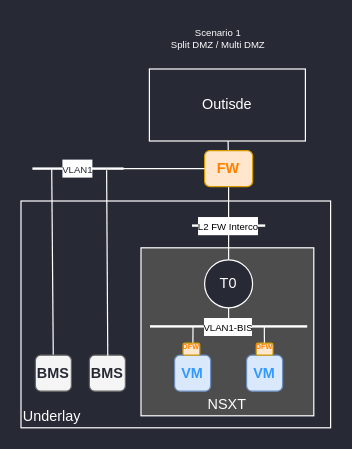
The draw.io diagram page "Scenario1" (5 of 8) of post/nsxt-service-interface-design1/nsxt-service-interface-design-v3.drawio in netmemo/netmemo.github.io, before the edit. Source tidied: cells renumbered, new cells numbered last; positions are measured from the earlier drawing's top-left corner, leaving out a move shared by most shapes. Both pictures are drawn from the tidied source at 120%, with x=0, y=0 at pixel (20, 20).
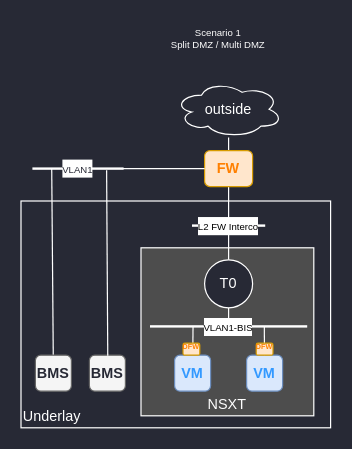
After the change.

Commit message (it also covers changes not shown here):
change outside box to a cloud :)

The change refers to these unchanged cells:
```xml
<mxCell id="25" value="&lt;b&gt;&lt;font color=&quot;#ff8000&quot;&gt;FW&lt;/font&gt;&lt;/b&gt;" style="rounded=1;whiteSpace=wrap;html=1;fillColor=#ffe6cc;strokeColor=#d79b00;" parent="1" vertex="1">
  <mxGeometry x="153" y="108" width="40" height="30" as="geometry" />
</mxCell>
```

Diff of the diagram source:
```diff
@@
-    <mxCell id="9" style="edgeStyle=none;rounded=0;jettySize=auto;html=1;endArrow=none;endFill=0;strokeColor=#FFFFFF;" parent="1" edge="1" source="10" target="25">
+    <mxCell id="9" style="edgeStyle=none;rounded=0;jettySize=auto;html=1;endArrow=none;endFill=0;strokeColor=#FFFFFF;" parent="1" edge="1" source="29" target="25">
       <mxGeometry relative="1" as="geometry" />
     </mxCell>
-    <mxCell id="10" value="Outisde" style="rounded=0;whiteSpace=wrap;html=1;fillColor=#272935;strokeColor=#FFFFFF;fontColor=#FFFFFF;" parent="1" vertex="1">
-      <mxGeometry x="107" y="40" width="130" height="60" as="geometry" />
-    </mxCell>
@@
+    <mxCell id="29" value="&lt;font color=&quot;#ffffff&quot;&gt;outside&lt;/font&gt;" style="ellipse;shape=cloud;whiteSpace=wrap;html=1;fillColor=#272935;strokeColor=#FFFFFF;" parent="1" vertex="1">
+      <mxGeometry x="128" y="50" width="90" height="47" as="geometry" />
+    </mxCell>
```
